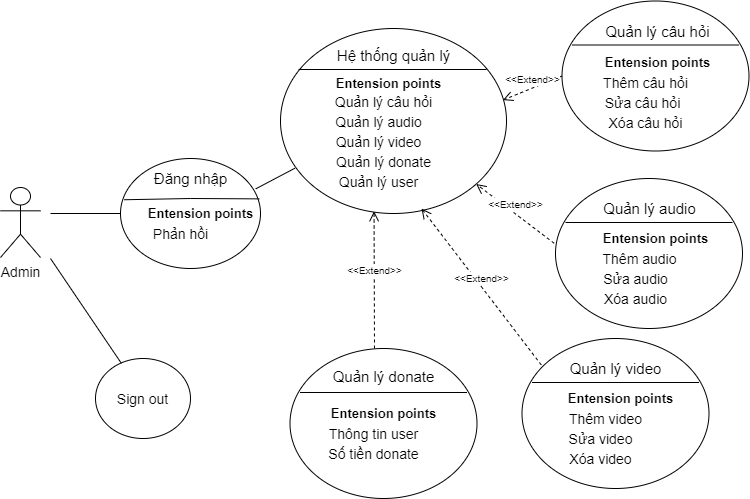
The draw.io diagram Đề cương/Diagram/admin-hethong.drawio.png in Thangvanle2000/dkt-learning, before a commit. Source tidied: cells renumbered, new cells last; positions are measured from the earlier drawing's top-left corner, leaving out a move shared by most shapes.
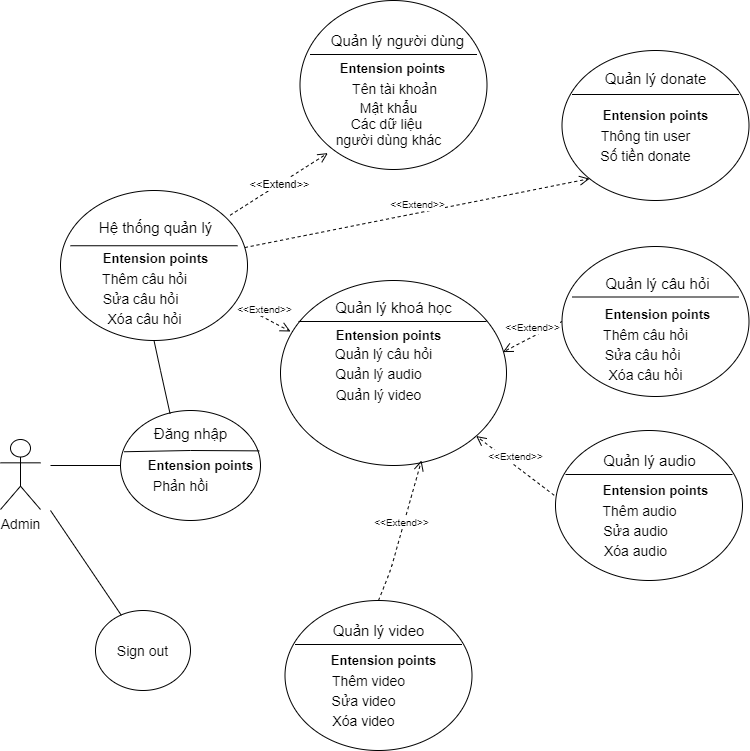
Above is the later version.

Commit message:
sửa diagram Admin hệ thống

Diff of the diagram source:
```diff
@@ -15,8 +15,11 @@
         </Array>
       </mxGeometry>
     </mxCell>
+    <mxCell id="52" style="edgeStyle=orthogonalEdgeStyle;rounded=0;jettySize=auto;html=1;entryX=0.5;entryY=0;entryDx=0;entryDy=0;strokeColor=none;" parent="1" edge="1" source="5" target="3">
+      <mxGeometry relative="1" as="geometry" />
+    </mxCell>
     <mxCell id="5" value="&lt;font style=&quot;font-size: 15px&quot;&gt;Đăng nhập&lt;/font&gt;" style="text;html=1;align=center;verticalAlign=middle;points=[];strokeColor=none;fillColor=none;fontSize=13;fontFamily=Helvetica;" parent="1" vertex="1">
-      <mxGeometry x="145" y="168" width="90" height="20" as="geometry" />
+      <mxGeometry x="145" y="170.5" width="90" height="20" as="geometry" />
     </mxCell>
     <mxCell id="6" value="&lt;b&gt;&lt;font style=&quot;font-size: 13px&quot;&gt;Entension points&lt;/font&gt;&lt;/b&gt;" style="text;html=1;align=center;verticalAlign=middle;strokeColor=none;fillColor=none;fontSize=13;fontFamily=Helvetica;" parent="1" vertex="1">
       <mxGeometry x="140" y="203" width="120" height="20" as="geometry" />
@@ -43,7 +46,7 @@
     <mxCell id="12" style="line;strokeWidth=1;fillColor=none;align=left;verticalAlign=middle;spacingTop=-1;spacingLeft=3;spacingRight=3;labelPosition=right;" parent="1" vertex="1">
       <mxGeometry x="298" y="65" width="188" height="8" as="geometry" />
     </mxCell>
-    <mxCell id="13" value="&lt;font style=&quot;font-size: 15px&quot;&gt;Hệ thống quản lý&lt;/font&gt;" style="text;html=1;align=center;verticalAlign=middle;strokeColor=none;fillColor=none;fontSize=13;fontFamily=Helvetica;" parent="1" vertex="1">
+    <mxCell id="13" value="&lt;font style=&quot;font-size: 15px&quot;&gt;Quản lý khoá học&lt;/font&gt;" style="text;html=1;align=center;verticalAlign=middle;strokeColor=none;fillColor=none;fontSize=13;fontFamily=Helvetica;" parent="1" vertex="1">
       <mxGeometry x="328" y="45" width="130" height="20" as="geometry" />
     </mxCell>
     <mxCell id="14" value="&lt;b&gt;&lt;font style=&quot;font-size: 13px&quot;&gt;Entension points&lt;/font&gt;&lt;/b&gt;" style="text;html=1;align=center;verticalAlign=middle;strokeColor=none;fillColor=none;fontSize=13;fontFamily=Helvetica;" parent="1" vertex="1">
@@ -53,19 +56,13 @@
       <mxGeometry x="328" y="90.5" width="110" height="20" as="geometry" />
     </mxCell>
     <mxCell id="16" value="&lt;font style=&quot;font-size: 14px&quot;&gt;Quản lý video&lt;/font&gt;" style="text;html=1;align=center;verticalAlign=middle;strokeColor=none;fillColor=none;" parent="1" vertex="1">
-      <mxGeometry x="328" y="130.5" width="100" height="20" as="geometry" />
+      <mxGeometry x="328" y="131.5" width="100" height="20" as="geometry" />
     </mxCell>
     <mxCell id="17" value="&lt;font style=&quot;font-size: 14px&quot;&gt;Quản lý audio&lt;/font&gt;" style="text;html=1;align=center;verticalAlign=middle;strokeColor=none;fillColor=none;" parent="1" vertex="1">
       <mxGeometry x="328" y="110.5" width="100" height="20" as="geometry" />
     </mxCell>
-    <mxCell id="18" value="&lt;font style=&quot;font-size: 14px&quot;&gt;Quản lý user&lt;/font&gt;" style="text;html=1;align=center;verticalAlign=middle;strokeColor=none;fillColor=none;" parent="1" vertex="1">
-      <mxGeometry x="333" y="170.5" width="90" height="20" as="geometry" />
-    </mxCell>
-    <mxCell id="19" value="&lt;font style=&quot;font-size: 14px&quot;&gt;Quản lý donate&lt;/font&gt;" style="text;html=1;align=center;verticalAlign=middle;strokeColor=none;fillColor=none;" parent="1" vertex="1">
-      <mxGeometry x="328" y="150.5" width="110" height="20" as="geometry" />
-    </mxCell>
     <mxCell id="20" style="ellipse;whiteSpace=wrap;html=1;" parent="1" vertex="1">
-      <mxGeometry x="561.5" y="0.5" width="187" height="150" as="geometry" />
+      <mxGeometry x="561.5" y="-6" width="187" height="150" as="geometry" />
     </mxCell>
     <mxCell id="21" style="line;strokeWidth=1;fillColor=none;align=left;verticalAlign=middle;spacingTop=-1;spacingLeft=3;spacingRight=3;labelPosition=right;" parent="1" vertex="1">
       <mxGeometry x="571.5" y="40.5" width="167" height="8" as="geometry" />
@@ -83,28 +80,16 @@
       <mxGeometry x="593.5" y="198" width="110" height="20" as="geometry" />
     </mxCell>
     <mxCell id="26" style="ellipse;whiteSpace=wrap;html=1;" parent="1" vertex="1">
-      <mxGeometry x="521.5" y="338" width="187" height="150" as="geometry" />
+      <mxGeometry x="284.5" y="348" width="187" height="150" as="geometry" />
     </mxCell>
     <mxCell id="27" style="line;strokeWidth=1;fillColor=none;align=left;verticalAlign=middle;spacingTop=-1;spacingLeft=3;spacingRight=3;labelPosition=right;" parent="1" vertex="1">
-      <mxGeometry x="531.5" y="378" width="167" height="8" as="geometry" />
+      <mxGeometry x="294.5" y="388" width="167" height="8" as="geometry" />
     </mxCell>
     <mxCell id="28" value="&lt;span style=&quot;font-size: 15px&quot;&gt;Quản lý video&lt;/span&gt;" style="text;html=1;align=center;verticalAlign=middle;strokeColor=none;fillColor=none;fontSize=13;fontFamily=Helvetica;" parent="1" vertex="1">
-      <mxGeometry x="560" y="358" width="110" height="20" as="geometry" />
+      <mxGeometry x="323" y="368" width="110" height="20" as="geometry" />
     </mxCell>
-    <mxCell id="29" style="ellipse;whiteSpace=wrap;html=1;" parent="1" vertex="1">
-      <mxGeometry x="289.5" y="348" width="187" height="150" as="geometry" />
-    </mxCell>
-    <mxCell id="30" style="line;strokeWidth=1;fillColor=none;align=left;verticalAlign=middle;spacingTop=-1;spacingLeft=3;spacingRight=3;labelPosition=right;" parent="1" vertex="1">
-      <mxGeometry x="299.5" y="388" width="167" height="8" as="geometry" />
-    </mxCell>
-    <mxCell id="31" value="&lt;span style=&quot;font-size: 15px&quot;&gt;Quản lý donate&lt;/span&gt;" style="text;html=1;align=center;verticalAlign=middle;strokeColor=none;fillColor=none;fontSize=13;fontFamily=Helvetica;" parent="1" vertex="1">
-      <mxGeometry x="323" y="366" width="120" height="20" as="geometry" />
-    </mxCell>
-    <mxCell id="32" value="&lt;b&gt;&lt;font style=&quot;font-size: 13px&quot;&gt;Entension points&lt;/font&gt;&lt;/b&gt;" style="text;html=1;align=center;verticalAlign=middle;strokeColor=none;fillColor=none;fontSize=13;fontFamily=Helvetica;" parent="1" vertex="1">
-      <mxGeometry x="323" y="403" width="120" height="20" as="geometry" />
-    </mxCell>
     <mxCell id="33" value="&lt;b&gt;&lt;font style=&quot;font-size: 13px&quot;&gt;Entension points&lt;/font&gt;&lt;/b&gt;" style="text;html=1;align=center;verticalAlign=middle;strokeColor=none;fillColor=none;fontSize=13;fontFamily=Helvetica;" parent="1" vertex="1">
-      <mxGeometry x="560" y="388" width="120" height="20" as="geometry" />
+      <mxGeometry x="323" y="398" width="120" height="20" as="geometry" />
     </mxCell>
     <mxCell id="34" value="&lt;b&gt;&lt;font style=&quot;font-size: 13px&quot;&gt;Entension points&lt;/font&gt;&lt;/b&gt;" style="text;html=1;align=center;verticalAlign=middle;strokeColor=none;fillColor=none;fontSize=13;fontFamily=Helvetica;" parent="1" vertex="1">
       <mxGeometry x="595" y="228" width="120" height="20" as="geometry" />
@@ -112,20 +97,14 @@
     <mxCell id="35" value="&lt;b&gt;&lt;font style=&quot;font-size: 13px&quot;&gt;Entension points&lt;/font&gt;&lt;/b&gt;" style="text;html=1;align=center;verticalAlign=middle;strokeColor=none;fillColor=none;fontSize=13;fontFamily=Helvetica;" parent="1" vertex="1">
       <mxGeometry x="596.5" y="51.5" width="120" height="20" as="geometry" />
     </mxCell>
-    <mxCell id="36" value="&lt;font style=&quot;font-size: 14px&quot;&gt;Thông tin user&lt;/font&gt;" style="text;html=1;align=center;verticalAlign=middle;strokeColor=none;fillColor=none;" parent="1" vertex="1">
-      <mxGeometry x="318" y="423" width="110" height="20" as="geometry" />
-    </mxCell>
-    <mxCell id="37" value="&lt;font style=&quot;font-size: 14px&quot;&gt;Số tiền donate&lt;/font&gt;" style="text;html=1;align=center;verticalAlign=middle;strokeColor=none;fillColor=none;" parent="1" vertex="1">
-      <mxGeometry x="318" y="443" width="110" height="20" as="geometry" />
-    </mxCell>
     <mxCell id="38" value="&lt;font style=&quot;font-size: 14px&quot;&gt;Thêm video&lt;/font&gt;" style="text;html=1;align=center;verticalAlign=middle;strokeColor=none;fillColor=none;" parent="1" vertex="1">
-      <mxGeometry x="560" y="408" width="90" height="20" as="geometry" />
+      <mxGeometry x="323" y="418" width="90" height="20" as="geometry" />
     </mxCell>
     <mxCell id="39" value="&lt;font style=&quot;font-size: 14px&quot;&gt;Sửa video&lt;/font&gt;" style="text;html=1;align=center;verticalAlign=middle;strokeColor=none;fillColor=none;" parent="1" vertex="1">
-      <mxGeometry x="560" y="428" width="80" height="20" as="geometry" />
+      <mxGeometry x="323" y="438" width="80" height="20" as="geometry" />
     </mxCell>
     <mxCell id="40" value="&lt;font style=&quot;font-size: 14px&quot;&gt;Xóa video&lt;/font&gt;" style="text;html=1;align=center;verticalAlign=middle;strokeColor=none;fillColor=none;" parent="1" vertex="1">
-      <mxGeometry x="560" y="448" width="80" height="20" as="geometry" />
+      <mxGeometry x="323" y="458" width="80" height="20" as="geometry" />
     </mxCell>
     <mxCell id="41" value="&lt;font style=&quot;font-size: 14px&quot;&gt;Thêm audio&lt;/font&gt;" style="text;html=1;align=center;verticalAlign=middle;strokeColor=none;fillColor=none;" parent="1" vertex="1">
       <mxGeometry x="593.5" y="248" width="90" height="20" as="geometry" />
@@ -145,8 +124,12 @@
     <mxCell id="46" value="&lt;font style=&quot;font-size: 14px&quot;&gt;Xóa câu hỏi&lt;/font&gt;" style="text;html=1;align=center;verticalAlign=middle;strokeColor=none;fillColor=none;" parent="1" vertex="1">
       <mxGeometry x="600" y="111.5" width="90" height="20" as="geometry" />
     </mxCell>
-    <mxCell id="47" style="endArrow=none;html=1;exitX=0.966;exitY=0.276;exitDx=0;exitDy=0;exitPerimeter=0;entryX=0.064;entryY=0.755;entryDx=0;entryDy=0;entryPerimeter=0;" parent="1" edge="1" source="3" target="11">
-      <mxGeometry relative="1" as="geometry" />
+    <mxCell id="47" style="endArrow=none;html=1;exitX=0.354;exitY=0.029;exitDx=0;exitDy=0;exitPerimeter=0;entryX=0.5;entryY=1;entryDx=0;entryDy=0;" parent="1" edge="1" source="3" target="53">
+      <mxGeometry relative="1" as="geometry">
+        <Array as="points">
+          <mxPoint x="160" y="118" />
+        </Array>
+      </mxGeometry>
     </mxCell>
     <mxCell id="48" value="&lt;font style=&quot;font-size: 10px&quot;&gt;&amp;lt;&amp;lt;Extend&amp;gt;&amp;gt;&lt;/font&gt;" style="html=1;verticalAlign=bottom;endArrow=open;dashed=1;endSize=8;exitX=0;exitY=0.5;exitDx=0;exitDy=0;entryX=0.984;entryY=0.387;entryDx=0;entryDy=0;entryPerimeter=0;" parent="1" edge="1" source="20" target="11">
       <mxGeometry relative="1" as="geometry" />
@@ -154,15 +137,103 @@
     <mxCell id="49" value="&lt;font style=&quot;font-size: 10px&quot;&gt;&amp;lt;&amp;lt;Extend&amp;gt;&amp;gt;&lt;/font&gt;" style="html=1;verticalAlign=bottom;endArrow=open;dashed=1;endSize=8;exitX=-0.007;exitY=0.432;exitDx=0;exitDy=0;exitPerimeter=0;" parent="1" edge="1" source="23" target="11">
       <mxGeometry relative="1" as="geometry" />
     </mxCell>
-    <mxCell id="50" value="&lt;font style=&quot;font-size: 10px&quot;&gt;&amp;lt;&amp;lt;Extend&amp;gt;&amp;gt;&lt;/font&gt;" style="html=1;verticalAlign=bottom;endArrow=open;dashed=1;endSize=8;exitX=0.103;exitY=0.176;exitDx=0;exitDy=0;exitPerimeter=0;" parent="1" edge="1" source="26">
+    <mxCell id="50" value="&lt;font style=&quot;font-size: 10px&quot;&gt;&amp;lt;&amp;lt;Extend&amp;gt;&amp;gt;&lt;/font&gt;" style="html=1;verticalAlign=bottom;endArrow=open;dashed=1;endSize=8;exitX=0.5;exitY=0;exitDx=0;exitDy=0;" parent="1" edge="1" source="26">
       <mxGeometry relative="1" as="geometry">
         <mxPoint x="421" y="208" as="targetPoint" />
+        <Array as="points">
+          <mxPoint x="390" y="318" />
+        </Array>
       </mxGeometry>
     </mxCell>
-    <mxCell id="51" value="&lt;font style=&quot;font-size: 10px&quot;&gt;&amp;lt;&amp;lt;Extend&amp;gt;&amp;gt;&lt;/font&gt;" style="html=1;verticalAlign=bottom;endArrow=open;dashed=1;endSize=8;entryX=0.414;entryY=0.988;entryDx=0;entryDy=0;entryPerimeter=0;" parent="1" edge="1" target="11">
-      <mxGeometry relative="1" as="geometry">
-        <mxPoint x="374" y="348" as="sourcePoint" />
-      </mxGeometry>
+    <mxCell id="51" value="&lt;font style=&quot;font-size: 10px&quot;&gt;&amp;lt;&amp;lt;Extend&amp;gt;&amp;gt;&lt;/font&gt;" style="html=1;verticalAlign=bottom;endArrow=open;dashed=1;endSize=8;entryX=0;entryY=1;entryDx=0;entryDy=0;" parent="1" edge="1" source="53" target="62">
+      <mxGeometry relative="1" as="geometry" />
     </mxCell>
+    <mxCell id="53" style="ellipse;whiteSpace=wrap;html=1;" parent="1" vertex="1">
+      <mxGeometry x="60" y="-62" width="187" height="150" as="geometry" />
+    </mxCell>
+    <mxCell id="54" style="line;strokeWidth=1;fillColor=none;align=left;verticalAlign=middle;spacingTop=-1;spacingLeft=3;spacingRight=3;labelPosition=right;" parent="1" vertex="1">
+      <mxGeometry x="70" y="-15.5" width="167" height="17.5" as="geometry" />
+    </mxCell>
+    <mxCell id="55" value="&lt;span style=&quot;font-size: 15px&quot;&gt;Hệ thống quản lý&lt;/span&gt;" style="text;html=1;align=center;verticalAlign=middle;strokeColor=none;fillColor=none;fontSize=13;fontFamily=Helvetica;" parent="1" vertex="1">
+      <mxGeometry x="90" y="-35.5" width="130" height="20" as="geometry" />
+    </mxCell>
+    <mxCell id="56" value="&lt;b&gt;&lt;font style=&quot;font-size: 13px&quot;&gt;Entension points&lt;/font&gt;&lt;/b&gt;" style="text;html=1;align=center;verticalAlign=middle;strokeColor=none;fillColor=none;fontSize=13;fontFamily=Helvetica;" parent="1" vertex="1">
+      <mxGeometry x="95" y="-4.5" width="120" height="20" as="geometry" />
+    </mxCell>
+    <mxCell id="57" value="&lt;span style=&quot;font-size: 14px&quot;&gt;Thêm câu hỏi&lt;/span&gt;" style="text;html=1;align=center;verticalAlign=middle;strokeColor=none;fillColor=none;" parent="1" vertex="1">
+      <mxGeometry x="93.5" y="15.5" width="100" height="20" as="geometry" />
+    </mxCell>
+    <mxCell id="58" value="&lt;span style=&quot;font-size: 14px&quot;&gt;Sửa câu hỏi&lt;/span&gt;" style="text;html=1;align=center;verticalAlign=middle;strokeColor=none;fillColor=none;" parent="1" vertex="1">
+      <mxGeometry x="95" y="35.5" width="90" height="20" as="geometry" />
+    </mxCell>
+    <mxCell id="59" value="&lt;font style=&quot;font-size: 14px&quot;&gt;Xóa câu hỏi&lt;/font&gt;" style="text;html=1;align=center;verticalAlign=middle;strokeColor=none;fillColor=none;" parent="1" vertex="1">
+      <mxGeometry x="98.5" y="55.5" width="90" height="20" as="geometry" />
+    </mxCell>
+    <mxCell id="60" style="endArrow=none;dashed=1;html=1;dashPattern=1 3;strokeWidth=2;strokeColor=none;" parent="1" edge="1">
+      <mxGeometry relative="1" as="geometry">
+        <mxPoint x="320" y="238" as="sourcePoint" />
+        <mxPoint x="370" y="188" as="targetPoint" />
+        <Array as="points">
+          <mxPoint x="350" y="218" />
+        </Array>
+      </mxGeometry>
+    </mxCell>
+    <mxCell id="61" value="&lt;font style=&quot;font-size: 10px&quot;&gt;&amp;lt;&amp;lt;Extend&amp;gt;&amp;gt;&lt;/font&gt;" style="html=1;verticalAlign=bottom;endArrow=open;dashed=1;endSize=8;exitX=0.954;exitY=0.764;exitDx=0;exitDy=0;exitPerimeter=0;" parent="1" edge="1" source="53">
+      <mxGeometry relative="1" as="geometry">
+        <mxPoint x="290" y="79" as="targetPoint" />
+        <Array as="points">
+          <mxPoint x="250" y="58" />
+        </Array>
+      </mxGeometry>
+    </mxCell>
+    <mxCell id="62" style="ellipse;whiteSpace=wrap;html=1;" parent="1" vertex="1">
+      <mxGeometry x="561.5" y="-202" width="187" height="150" as="geometry" />
+    </mxCell>
+    <mxCell id="63" style="line;strokeWidth=1;fillColor=none;align=left;verticalAlign=middle;spacingTop=-1;spacingLeft=3;spacingRight=3;labelPosition=right;" parent="1" vertex="1">
+      <mxGeometry x="571.5" y="-162" width="167" height="8" as="geometry" />
+    </mxCell>
+    <mxCell id="31" value="&lt;span style=&quot;font-size: 15px&quot;&gt;Quản lý donate&lt;/span&gt;" style="text;html=1;align=center;verticalAlign=middle;strokeColor=none;fillColor=none;fontSize=13;fontFamily=Helvetica;" parent="1" vertex="1">
+      <mxGeometry x="595" y="-184" width="120" height="20" as="geometry" />
+    </mxCell>
+    <mxCell id="64" value="&lt;b&gt;&lt;font style=&quot;font-size: 13px&quot;&gt;Entension points&lt;/font&gt;&lt;/b&gt;" style="text;html=1;align=center;verticalAlign=middle;strokeColor=none;fillColor=none;fontSize=13;fontFamily=Helvetica;" parent="1" vertex="1">
+      <mxGeometry x="595" y="-147" width="120" height="20" as="geometry" />
+    </mxCell>
+    <mxCell id="36" value="&lt;font style=&quot;font-size: 14px&quot;&gt;Thông tin user&lt;/font&gt;" style="text;html=1;align=center;verticalAlign=middle;strokeColor=none;fillColor=none;" parent="1" vertex="1">
+      <mxGeometry x="590" y="-127" width="110" height="20" as="geometry" />
+    </mxCell>
+    <mxCell id="37" value="&lt;font style=&quot;font-size: 14px&quot;&gt;Số tiền donate&lt;/font&gt;" style="text;html=1;align=center;verticalAlign=middle;strokeColor=none;fillColor=none;" parent="1" vertex="1">
+      <mxGeometry x="590" y="-107" width="110" height="20" as="geometry" />
+    </mxCell>
+    <mxCell id="65" style="endArrow=open;dashed=1;html=1;exitX=0.642;exitY=0;exitDx=0;exitDy=0;exitPerimeter=0;entryX=-0.001;entryY=0.65;entryDx=0;entryDy=0;entryPerimeter=0;verticalAlign=bottom;endSize=8;strokeColor=none;" parent="1" edge="1" source="53">
+      <mxGeometry relative="1" as="geometry">
+        <mxPoint x="299.8" y="-137.5" as="targetPoint" />
+      </mxGeometry>
+    </mxCell>
+    <mxCell id="66" style="endArrow=open;html=1;strokeColor=#000000;exitX=0.907;exitY=0.165;exitDx=0;exitDy=0;exitPerimeter=0;entryX=0;entryY=1;entryDx=0;entryDy=0;dashed=1;verticalAlign=bottom;endSize=8;" parent="1" edge="1" source="53">
+      <mxGeometry relative="1" as="geometry">
+        <mxPoint x="327.4" y="-99.4" as="targetPoint" />
+      </mxGeometry>
+    </mxCell>
+    <mxCell id="67" value="&amp;lt;&amp;lt;Extend&amp;gt;&amp;gt;" style="edgeLabel;html=1;align=center;verticalAlign=middle;" parent="66" vertex="1">
+      <mxGeometry relative="1" as="geometry" />
+    </mxCell>
+    <mxCell id="68" style="ellipse;whiteSpace=wrap;html=1;" parent="1" vertex="1">
+      <mxGeometry x="299.5" y="-252" width="187" height="169" as="geometry" />
+    </mxCell>
+    <mxCell id="69" style="line;strokeWidth=1;fillColor=none;align=left;verticalAlign=middle;spacingTop=-1;spacingLeft=3;spacingRight=3;labelPosition=right;" parent="1" vertex="1">
+      <mxGeometry x="309.5" y="-202" width="167" height="8" as="geometry" />
+    </mxCell>
+    <mxCell id="70" value="&lt;span style=&quot;font-size: 15px&quot;&gt;Quản lý người dùng&lt;/span&gt;" style="text;html=1;align=center;verticalAlign=middle;strokeColor=none;fillColor=none;fontSize=13;fontFamily=Helvetica;" parent="1" vertex="1">
+      <mxGeometry x="321.5" y="-222" width="150" height="20" as="geometry" />
+    </mxCell>
+    <mxCell id="71" value="&lt;b&gt;&lt;font style=&quot;font-size: 13px&quot;&gt;Entension points&lt;/font&gt;&lt;/b&gt;" style="text;html=1;align=center;verticalAlign=middle;strokeColor=none;fillColor=none;fontSize=13;fontFamily=Helvetica;" parent="1" vertex="1">
+      <mxGeometry x="332" y="-194" width="120" height="20" as="geometry" />
+    </mxCell>
+    <mxCell id="72" value="&lt;font style=&quot;font-size: 14px&quot;&gt;Tên tài khoản&lt;/font&gt;" style="text;html=1;align=center;verticalAlign=middle;strokeColor=none;fillColor=none;" parent="1" vertex="1">
+      <mxGeometry x="344" y="-174" width="100" height="20" as="geometry" />
+    </mxCell>
+    <mxCell id="73" value="&lt;font style=&quot;font-size: 14px&quot;&gt;Mật khẩu&lt;br&gt;Các dữ liệu &lt;br&gt;người dùng khác&lt;br&gt;&lt;/font&gt;" style="text;html=1;align=center;verticalAlign=middle;strokeColor=none;fillColor=none;" parent="1" vertex="1">
+      <mxGeometry x="328" y="-154" width="120" height="50" as="geometry" />
+    </mxCell>
   </root>
 </mxGraphModel>
```
